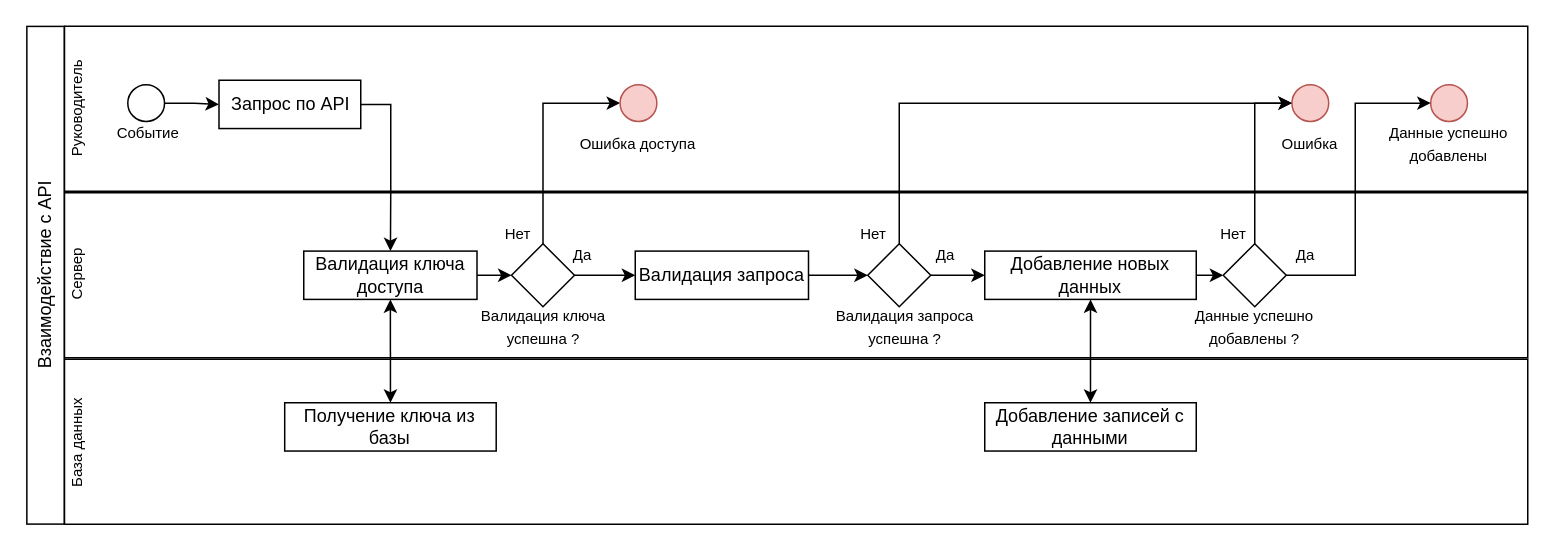
The draw.io diagram page "Страница-6" (3 of 8) of техническое_задание.drawio in Filimon4/diplom, before the edit. Source tidied: cells renumbered, new cells numbered last; positions are measured from the earlier drawing's top-left corner, leaving out a move shared by most shapes. Both pictures are drawn from the tidied source at 150%, with x=0, y=0 at pixel (-204, 26).
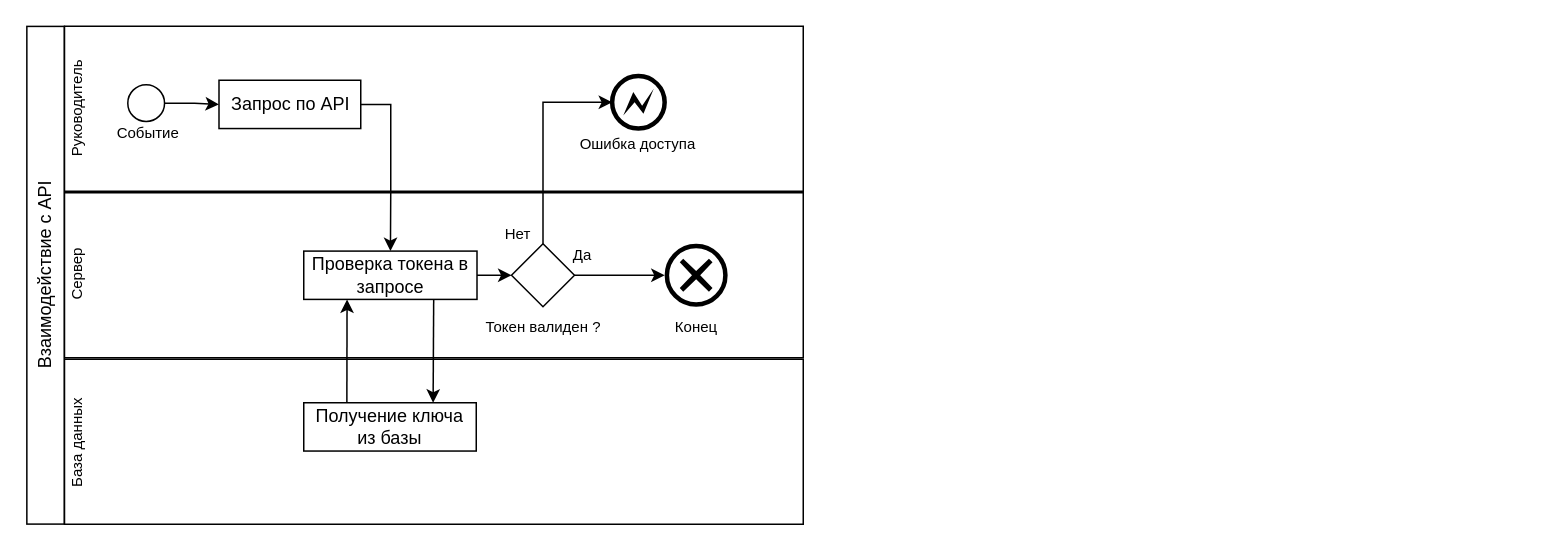
The same diagram, later.

Unchanged cells that the change refers to:
```xml
<mxCell id="38" style="rhombus;whiteSpace=wrap;html=1;" parent="1" vertex="1">
  <mxGeometry x="476.5" y="145" width="42" height="42" as="geometry" />
</mxCell>
```

Diff of the diagram source:
```diff
@@
     <mxCell id="3" style="rounded=0;whiteSpace=wrap;html=1;" parent="1" vertex="1">
-      <mxGeometry x="178.5" width="975.5" height="110" as="geometry" />
+      <mxGeometry x="178.5" width="492.5" height="110" as="geometry" />
     </mxCell>
     <mxCell id="4" style="rounded=0;whiteSpace=wrap;html=1;" parent="1" vertex="1">
-      <mxGeometry x="178.5" y="111" width="975.5" height="110" as="geometry" />
+      <mxGeometry x="178.5" y="111" width="492.5" height="110" as="geometry" />
     </mxCell>
@@
-    <mxCell id="13" value="Валидация ключа доступа" style="whiteSpace=wrap;html=1;" parent="1" vertex="1">
+    <mxCell id="13" value="Проверка токена в запросе" style="whiteSpace=wrap;html=1;" parent="1" vertex="1">
       <mxGeometry x="338" y="149.9" width="115.5" height="32.2" as="geometry" />
     </mxCell>
-    <mxCell id="14" style="edgeStyle=orthogonalEdgeStyle;rounded=0;jettySize=auto;html=1;exitX=1;exitY=0.5;exitDx=0;exitDy=0;entryX=0;entryY=0.5;entryDx=0;entryDy=0;" parent="1" edge="1" source="15" target="31">
-      <mxGeometry relative="1" as="geometry" />
+    <mxCell id="14" style="edgeStyle=orthogonalEdgeStyle;rounded=0;orthogonalLoop=1;jettySize=auto;html=1;exitX=1;exitY=0.5;exitDx=0;exitDy=0;entryX=0;entryY=0.5;entryDx=0;entryDy=0;" parent="1" edge="1">
+      <mxGeometry relative="1" as="geometry">
+        <mxPoint x="951" y="166" as="targetPoint" />
+      </mxGeometry>
     </mxCell>
-    <mxCell id="15" value="Добавление новых данных" style="whiteSpace=wrap;html=1;" parent="1" vertex="1">
-      <mxGeometry x="792" y="149.9" width="141" height="32.2" as="geometry" />
-    </mxCell>
-    <mxCell id="16" style="edgeStyle=orthogonalEdgeStyle;rounded=0;jettySize=auto;html=1;exitX=1;exitY=0.5;exitDx=0;exitDy=0;" parent="1" edge="1" source="17" target="15">
-      <mxGeometry relative="1" as="geometry" />
-    </mxCell>
-    <mxCell id="17" style="rhombus;whiteSpace=wrap;html=1;" parent="1" vertex="1">
-      <mxGeometry x="714" y="145" width="42" height="42" as="geometry" />
-    </mxCell>
-    <mxCell id="18" value="&lt;font style=&quot;font-size: 10px;&quot;&gt;Валидация запроса успешна ?&lt;/font&gt;" style="text;html=1;whiteSpace=wrap;strokeColor=none;fillColor=none;align=center;verticalAlign=middle;rounded=0;" parent="1" vertex="1">
-      <mxGeometry x="688" y="191.5" width="102" height="17" as="geometry" />
-    </mxCell>
-    <mxCell id="19" style="ellipse;whiteSpace=wrap;html=1;fillColor=#f8cecc;strokeColor=#b85450;" parent="1" vertex="1">
-      <mxGeometry x="996.8" y="39" width="24.5" height="24.5" as="geometry" />
-    </mxCell>
-    <mxCell id="20" value="&lt;font style=&quot;font-size: 10px;&quot;&gt;Ошибка&lt;/font&gt;" style="text;html=1;whiteSpace=wrap;strokeColor=none;fillColor=none;align=center;verticalAlign=middle;rounded=0;" parent="1" vertex="1">
-      <mxGeometry x="977" y="71" width="64" height="14" as="geometry" />
-    </mxCell>
-    <mxCell id="21" style="endArrow=classic;html=1;rounded=0;exitX=0.5;exitY=0;exitDx=0;exitDy=0;entryX=0;entryY=0.5;entryDx=0;entryDy=0;edgeStyle=orthogonalEdgeStyle;" parent="1" edge="1" source="17" target="19">
-      <mxGeometry relative="1" as="geometry" />
-    </mxCell>
-    <mxCell id="22" value="&lt;font style=&quot;font-size: 10px;&quot;&gt;Да&lt;/font&gt;" style="text;html=1;whiteSpace=wrap;strokeColor=none;fillColor=none;align=center;verticalAlign=middle;rounded=0;" parent="1" vertex="1">
-      <mxGeometry x="752" y="144.6" width="28" height="14" as="geometry" />
-    </mxCell>
-    <mxCell id="23" value="&lt;font style=&quot;font-size: 10px;&quot;&gt;Нет&lt;/font&gt;" style="text;html=1;whiteSpace=wrap;strokeColor=none;fillColor=none;align=center;verticalAlign=middle;rounded=0;" parent="1" vertex="1">
-      <mxGeometry x="704" y="131" width="28" height="14" as="geometry" />
-    </mxCell>
-    <mxCell id="24" style="ellipse;whiteSpace=wrap;html=1;fillColor=#f8cecc;strokeColor=#b85450;" parent="1" vertex="1">
-      <mxGeometry x="1089.3" y="39" width="24.5" height="24.5" as="geometry" />
-    </mxCell>
-    <mxCell id="25" value="&lt;span style=&quot;font-size: 10px;&quot;&gt;Данные успешно добавлены&lt;/span&gt;" style="text;html=1;whiteSpace=wrap;strokeColor=none;fillColor=none;align=center;verticalAlign=middle;rounded=0;" parent="1" vertex="1">
-      <mxGeometry x="1044" y="71" width="115" height="14" as="geometry" />
-    </mxCell>
     <mxCell id="26" style="rounded=0;whiteSpace=wrap;html=1;" parent="1" vertex="1">
-      <mxGeometry x="178.5" y="222" width="975.5" height="110" as="geometry" />
+      <mxGeometry x="178.5" y="222" width="492.5" height="110" as="geometry" />
     </mxCell>
@@
-    <mxCell id="28" value="Добавление записей с данными" style="whiteSpace=wrap;html=1;" parent="1" vertex="1">
-      <mxGeometry x="792" y="251" width="141" height="32.2" as="geometry" />
-    </mxCell>
-    <mxCell id="29" style="endArrow=classic;html=1;rounded=0;exitX=0.5;exitY=1;exitDx=0;exitDy=0;entryX=0.5;entryY=0;entryDx=0;entryDy=0;startArrow=classic;startFill=1;" parent="1" edge="1" source="15" target="28">
-      <mxGeometry relative="1" as="geometry" />
-    </mxCell>
-    <mxCell id="30" style="edgeStyle=orthogonalEdgeStyle;rounded=0;jettySize=auto;html=1;exitX=0.5;exitY=0;exitDx=0;exitDy=0;entryX=0;entryY=0.5;entryDx=0;entryDy=0;" parent="1" edge="1" source="31" target="19">
-      <mxGeometry relative="1" as="geometry" />
-    </mxCell>
-    <mxCell id="31" style="rhombus;whiteSpace=wrap;html=1;" parent="1" vertex="1">
-      <mxGeometry x="951" y="145" width="42" height="42" as="geometry" />
-    </mxCell>
-    <mxCell id="32" value="&lt;span style=&quot;font-size: 10px;&quot;&gt;Данные успешно добавлены ?&lt;/span&gt;" style="text;html=1;whiteSpace=wrap;strokeColor=none;fillColor=none;align=center;verticalAlign=middle;rounded=0;" parent="1" vertex="1">
-      <mxGeometry x="914" y="193" width="116" height="14" as="geometry" />
-    </mxCell>
-    <mxCell id="33" value="&lt;font style=&quot;font-size: 10px;&quot;&gt;Нет&lt;/font&gt;" style="text;html=1;whiteSpace=wrap;strokeColor=none;fillColor=none;align=center;verticalAlign=middle;rounded=0;" parent="1" vertex="1">
-      <mxGeometry x="943.5" y="131" width="28" height="14" as="geometry" />
-    </mxCell>
-    <mxCell id="34" style="endArrow=classic;html=1;rounded=0;exitX=1;exitY=0.5;exitDx=0;exitDy=0;entryX=0;entryY=0.5;entryDx=0;entryDy=0;edgeStyle=orthogonalEdgeStyle;" parent="1" edge="1" source="31" target="24">
-      <mxGeometry relative="1" as="geometry">
-        <Array as="points">
-          <mxPoint x="1039" y="166" />
-          <mxPoint x="1039" y="51" />
-        </Array>
-      </mxGeometry>
-    </mxCell>
-    <mxCell id="35" value="&lt;font style=&quot;font-size: 10px;&quot;&gt;Да&lt;/font&gt;" style="text;html=1;whiteSpace=wrap;strokeColor=none;fillColor=none;align=center;verticalAlign=middle;rounded=0;" parent="1" vertex="1">
-      <mxGeometry x="991.5" y="145" width="28" height="14" as="geometry" />
-    </mxCell>
-    <mxCell id="36" style="edgeStyle=orthogonalEdgeStyle;rounded=0;jettySize=auto;html=1;exitX=1;exitY=0.5;exitDx=0;exitDy=0;entryX=0;entryY=0.5;entryDx=0;entryDy=0;" parent="1" edge="1" source="38" target="44">
-      <mxGeometry relative="1" as="geometry" />
+    <mxCell id="36" style="edgeStyle=orthogonalEdgeStyle;rounded=0;jettySize=auto;html=1;exitX=1;exitY=0.5;exitDx=0;exitDy=0;entryX=0;entryY=0.5;entryDx=0;entryDy=0;entryPerimeter=0;" parent="1" edge="1" source="38">
+      <mxGeometry relative="1" as="geometry">
+        <mxPoint x="578.6" y="166" as="targetPoint" />
+      </mxGeometry>
     </mxCell>
-    <mxCell id="37" style="edgeStyle=orthogonalEdgeStyle;rounded=0;jettySize=auto;html=1;exitX=0.5;exitY=0;exitDx=0;exitDy=0;entryX=0;entryY=0.5;entryDx=0;entryDy=0;" parent="1" edge="1" source="38" target="42">
+    <mxCell id="37" style="edgeStyle=orthogonalEdgeStyle;rounded=0;jettySize=auto;html=1;exitX=0.5;exitY=0;exitDx=0;exitDy=0;entryX=0;entryY=0.5;entryDx=0;entryDy=0;entryPerimeter=0;" parent="1" edge="1" source="38" target="48">
       <mxGeometry relative="1" as="geometry" />
     </mxCell>
@@
-    <mxCell id="39" value="&lt;font style=&quot;font-size: 10px;&quot;&gt;Валидация ключа успешна ?&lt;/font&gt;" style="text;html=1;whiteSpace=wrap;strokeColor=none;fillColor=none;align=center;verticalAlign=middle;rounded=0;" parent="1" vertex="1">
+    <mxCell id="39" value="&lt;span style=&quot;font-size: 10px;&quot;&gt;Токен валиден ?&lt;/span&gt;" style="text;html=1;whiteSpace=wrap;strokeColor=none;fillColor=none;align=center;verticalAlign=middle;rounded=0;" parent="1" vertex="1">
       <mxGeometry x="449.5" y="193" width="96" height="14" as="geometry" />
     </mxCell>
@@
-    <mxCell id="42" style="ellipse;whiteSpace=wrap;html=1;fillColor=#f8cecc;strokeColor=#b85450;" parent="1" vertex="1">
-      <mxGeometry x="548.9" y="39" width="24.5" height="24.5" as="geometry" />
-    </mxCell>
@@
-    <mxCell id="44" value="Валидация запроса" style="whiteSpace=wrap;html=1;" parent="1" vertex="1">
-      <mxGeometry x="559" y="149.9" width="115.5" height="32.2" as="geometry" />
-    </mxCell>
-    <mxCell id="45" style="edgeStyle=orthogonalEdgeStyle;rounded=0;jettySize=auto;html=1;exitX=1;exitY=0.5;exitDx=0;exitDy=0;entryX=0;entryY=0.5;entryDx=0;entryDy=0;" parent="1" edge="1" source="44" target="17">
-      <mxGeometry relative="1" as="geometry" />
-    </mxCell>
     <mxCell id="46" value="Получение ключа из базы" style="whiteSpace=wrap;html=1;" parent="1" vertex="1">
-      <mxGeometry x="325.3" y="251" width="141" height="32.2" as="geometry" />
+      <mxGeometry x="338" y="251" width="115" height="32.2" as="geometry" />
     </mxCell>
+    <mxCell id="48" style="points=[[0.145,0.145,0],[0.5,0,0],[0.855,0.145,0],[1,0.5,0],[0.855,0.855,0],[0.5,1,0],[0.145,0.855,0],[0,0.5,0]];shape=mxgraph.bpmn.event;html=1;verticalLabelPosition=bottom;labelBackgroundColor=#ffffff;verticalAlign=top;align=center;perimeter=ellipsePerimeter;outlineConnect=0;outline=end;symbol=error;" parent="1" vertex="1">
+      <mxGeometry x="543.6" y="33.2" width="35" height="35" as="geometry" />
+    </mxCell>
+    <mxCell id="49" style="endArrow=classic;html=1;rounded=0;entryX=0.25;entryY=1;entryDx=0;entryDy=0;exitX=0.25;exitY=0;exitDx=0;exitDy=0;" parent="1" edge="1" source="46" target="13">
+      <mxGeometry relative="1" as="geometry" />
+    </mxCell>
-    <mxCell id="47" style="endArrow=classic;html=1;rounded=0;exitX=0.5;exitY=1;exitDx=0;exitDy=0;entryX=0.5;entryY=0;entryDx=0;entryDy=0;startArrow=classic;startFill=1;" parent="1" edge="1" source="13" target="46">
+    <mxCell id="47" style="endArrow=classic;html=1;rounded=0;exitX=0.75;exitY=1;exitDx=0;exitDy=0;entryX=0.75;entryY=0;entryDx=0;entryDy=0;" parent="1" edge="1" source="13" target="46">
       <mxGeometry relative="1" as="geometry" />
     </mxCell>
+    <mxCell id="50" value="&lt;font style=&quot;font-size: 10px;&quot;&gt;Конец&lt;/font&gt;" style="text;html=1;whiteSpace=wrap;strokeColor=none;fillColor=none;align=center;verticalAlign=middle;rounded=0;" parent="1" vertex="1">
+      <mxGeometry x="556.6" y="193" width="86" height="14" as="geometry" />
+    </mxCell>
+    <mxCell id="51" style="shape=mxgraph.bpmn.event;html=1;verticalLabelPosition=bottom;labelBackgroundColor=#ffffff;verticalAlign=top;align=center;perimeter=ellipsePerimeter;outline=end;symbol=cancel;" parent="1" vertex="1">
+      <mxGeometry x="580.1" y="146.5" width="39" height="39" as="geometry" />
+    </mxCell>
```
